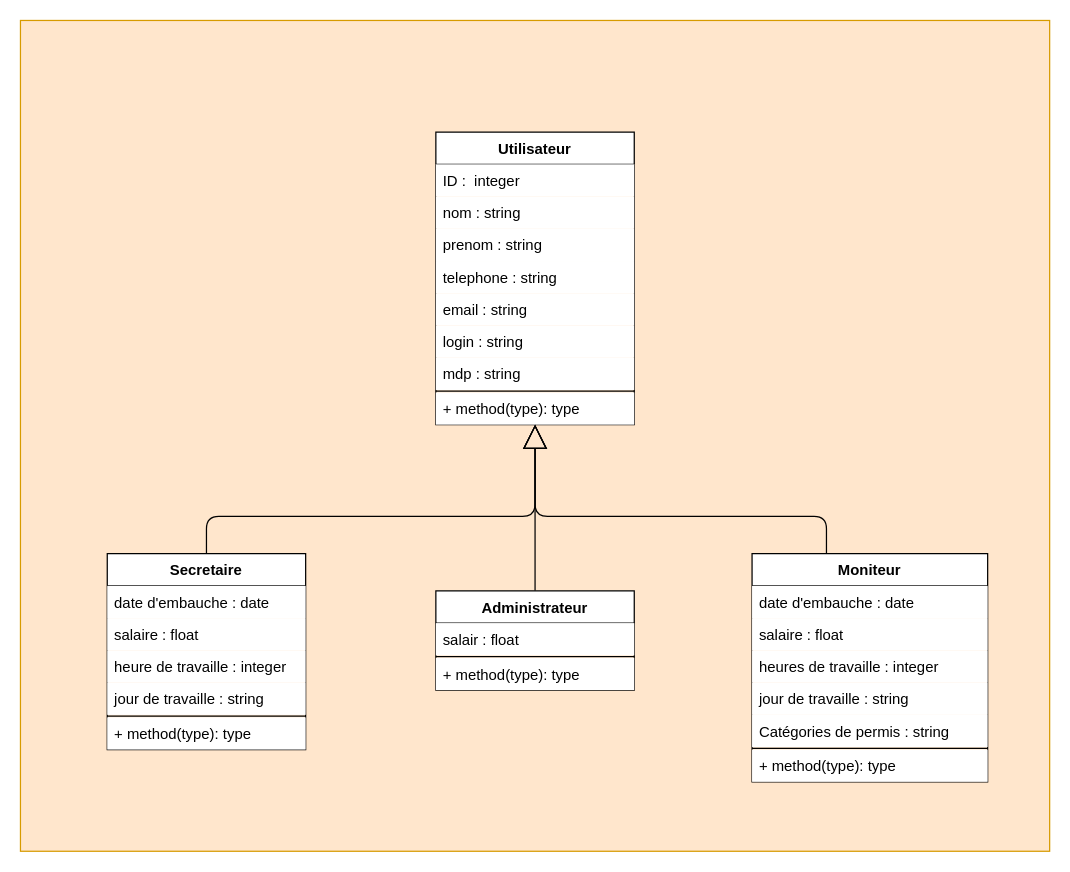
Before: Diagrams/usersClassDiagram.drawio in Anesouali007/AutoSchool-Manager, a draw.io diagram. Source tidied: cells renumbered, new cells numbered last; positions are measured from the earlier drawing's top-left corner, leaving out a move shared by most shapes. Both pictures are drawn from the tidied source at 124%, with x=0, y=0 at pixel (20, 20).
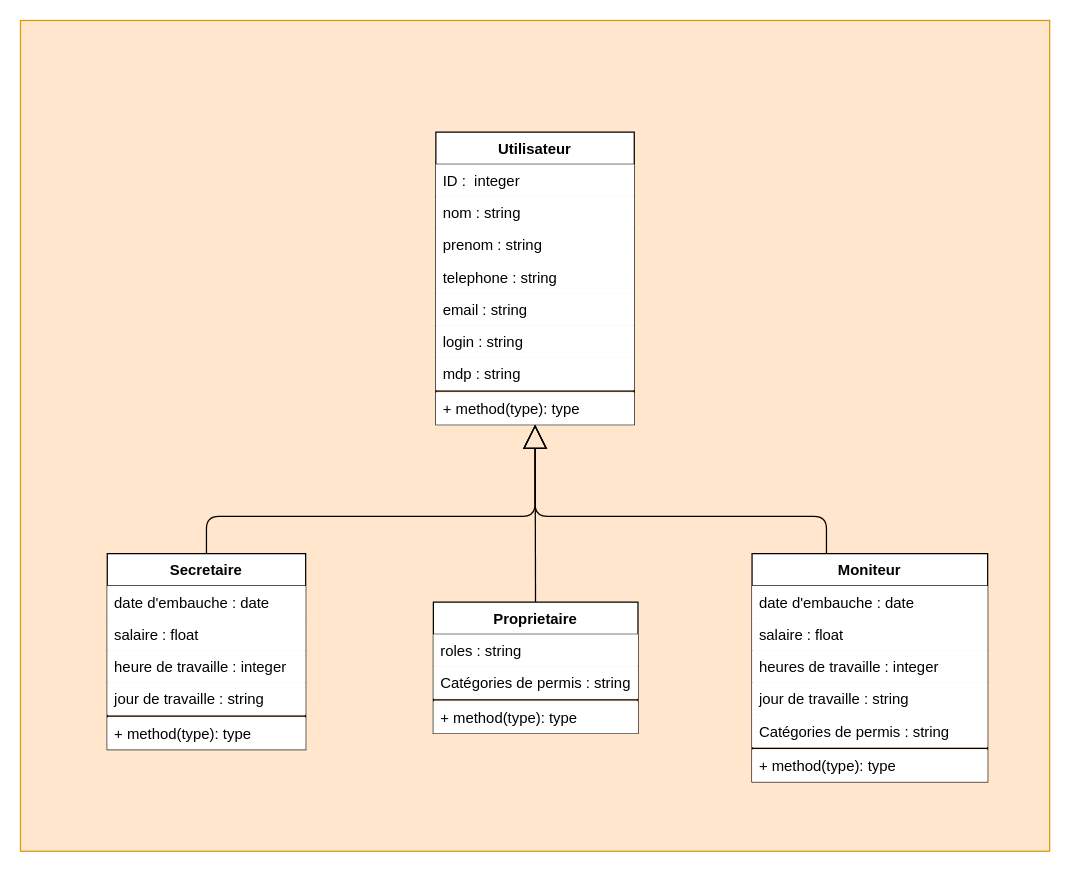
The same diagram, later.

Diff of the diagram source:
```diff
@@
-    <mxCell id="22" value="Administrateur" style="swimlane;fontStyle=1;align=center;verticalAlign=top;horizontal=1;startSize=26;" parent="1" vertex="1">
-      <mxGeometry x="335" y="460" width="160" height="80" as="geometry" />
+    <mxCell id="22" value="Proprietaire" style="swimlane;fontStyle=1;align=center;verticalAlign=top;horizontal=1;startSize=26;" parent="1" vertex="1">
+      <mxGeometry x="333" y="469" width="165" height="106" as="geometry" />
     </mxCell>
-    <mxCell id="23" value="salair : float" style="text;align=left;verticalAlign=top;spacingLeft=4;spacingRight=4;overflow=hidden;fillColor=default;" parent="22" vertex="1">
-      <mxGeometry y="26" width="160" height="26" as="geometry" />
+    <mxCell id="23" value="roles : string" style="text;align=left;verticalAlign=top;spacingLeft=4;spacingRight=4;overflow=hidden;fillColor=default;" parent="22" vertex="1">
+      <mxGeometry y="26" width="165" height="26" as="geometry" />
     </mxCell>
+    <mxCell id="35" value="Catégories de permis : string" style="text;align=left;verticalAlign=top;spacingLeft=4;spacingRight=4;overflow=hidden;fillColor=default;" parent="22" vertex="1">
+      <mxGeometry y="52" width="165" height="26" as="geometry" />
+    </mxCell>
     <mxCell id="24" style="line;strokeWidth=1;align=left;verticalAlign=middle;spacingTop=-1;spacingLeft=3;spacingRight=3;labelPosition=right;fillColor=none;strokeColor=#000000;fontColor=#ffffff;" parent="22" vertex="1">
-      <mxGeometry y="52" width="160" height="2" as="geometry" />
+      <mxGeometry y="78" width="165" height="2" as="geometry" />
     </mxCell>
     <mxCell id="25" value="+ method(type): type" style="text;align=left;verticalAlign=top;spacingLeft=4;spacingRight=4;overflow=hidden;fillColor=default;" parent="22" vertex="1">
-      <mxGeometry y="54" width="160" height="26" as="geometry" />
+      <mxGeometry y="80" width="165" height="26" as="geometry" />
     </mxCell>
```
